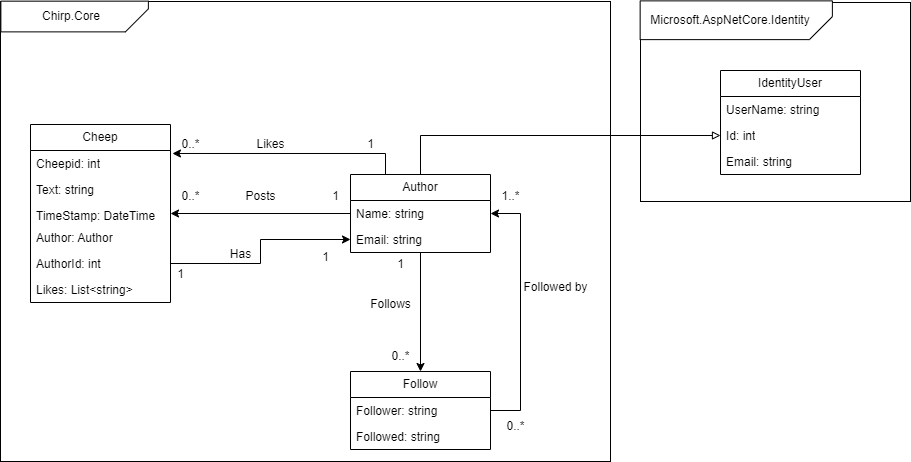
Above: docs/images/DomainModelChirp.drawio.png in ITU-BDSA2024-GROUP15/Chirp (draw.io), before the change. Source tidied: cells renumbered, new cells last; positions are measured from the earlier drawing's top-left corner, leaving out a move shared by most shapes.
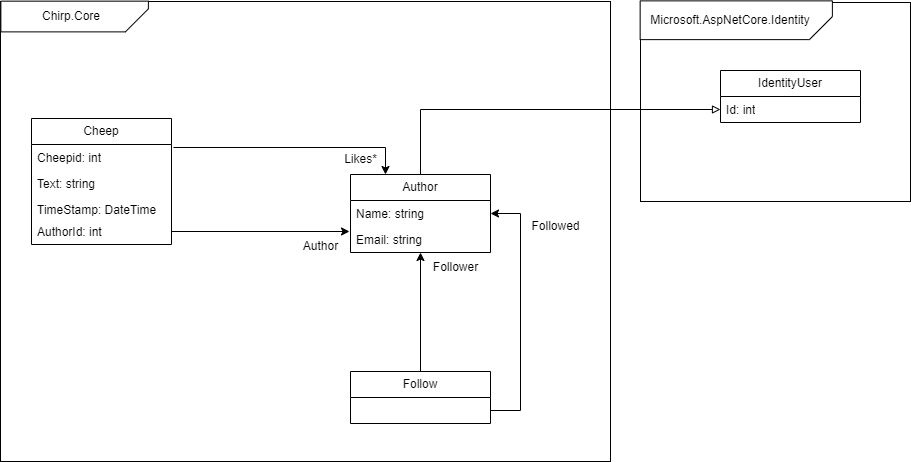
Later version of the same file.

The edit, as a diff of the source:
```diff
@@ -1,4 +1,4 @@
-<mxGraphModel>
+<mxGraphModel background="#ffffff">
   <root>
     <mxCell id="0" />
     <mxCell id="1" parent="0" />
@@ -6,22 +6,16 @@
       <mxGeometry x="640" y="78" width="270" height="199" as="geometry" />
     </mxCell>
     <mxCell id="3" value="IdentityUser" style="swimlane;fontStyle=0;horizontal=1;startSize=26;fillColor=none;whiteSpace=wrap;html=1;" parent="1" vertex="1">
-      <mxGeometry x="720" y="146" width="140" height="104" as="geometry" />
+      <mxGeometry x="720" y="146" width="140" height="52" as="geometry" />
     </mxCell>
-    <mxCell id="4" value="UserName: string" style="text;strokeColor=none;fillColor=none;align=left;verticalAlign=top;spacingLeft=4;spacingRight=4;overflow=hidden;whiteSpace=wrap;html=1;" parent="3" vertex="1">
-      <mxGeometry y="26" width="140" height="26" as="geometry" />
-    </mxCell>
     <mxCell id="5" value="Id: int" style="text;strokeColor=none;fillColor=none;align=left;verticalAlign=top;spacingLeft=4;spacingRight=4;overflow=hidden;points=[[0,0.5],[1,0.5]];portConstraint=eastwest;whiteSpace=wrap;html=1;" parent="3" vertex="1">
-      <mxGeometry y="52" width="140" height="26" as="geometry" />
+      <mxGeometry y="26" width="140" height="26" as="geometry" />
     </mxCell>
-    <mxCell id="6" value="Email: string" style="text;strokeColor=none;fillColor=none;align=left;verticalAlign=top;spacingLeft=4;spacingRight=4;overflow=hidden;whiteSpace=wrap;html=1;" parent="3" vertex="1">
-      <mxGeometry y="78" width="140" height="26" as="geometry" />
-    </mxCell>
     <mxCell id="7" style="rounded=0;whiteSpace=wrap;html=1;" parent="1" vertex="1">
       <mxGeometry y="77" width="610" height="460" as="geometry" />
     </mxCell>
     <mxCell id="8" value="Cheep" style="swimlane;fontStyle=0;horizontal=1;startSize=26;fillColor=none;whiteSpace=wrap;html=1;" parent="1" vertex="1">
-      <mxGeometry x="30" y="200" width="140" height="178" as="geometry" />
+      <mxGeometry x="31" y="194" width="140" height="126" as="geometry" />
     </mxCell>
     <mxCell id="9" value="Cheepid: int" style="text;strokeColor=none;fillColor=none;align=left;verticalAlign=top;spacingLeft=4;spacingRight=4;overflow=hidden;points=[[0,0.5],[1,0.5]];portConstraint=eastwest;whiteSpace=wrap;html=1;" parent="8" vertex="1">
       <mxGeometry y="26" width="140" height="26" as="geometry" />
@@ -32,19 +26,10 @@
     <mxCell id="11" value="TimeStamp: DateTime" style="text;strokeColor=none;fillColor=none;align=left;verticalAlign=top;spacingLeft=4;spacingRight=4;overflow=hidden;whiteSpace=wrap;html=1;" parent="8" vertex="1">
       <mxGeometry y="78" width="140" height="22" as="geometry" />
     </mxCell>
-    <mxCell id="12" value="Author: Author" style="text;strokeColor=none;fillColor=none;align=left;verticalAlign=top;spacingLeft=4;spacingRight=4;overflow=hidden;whiteSpace=wrap;html=1;" parent="8" vertex="1">
-      <mxGeometry y="100" width="140" height="26" as="geometry" />
-    </mxCell>
     <mxCell id="13" value="AuthorId: int" style="text;strokeColor=none;fillColor=none;align=left;verticalAlign=top;spacingLeft=4;spacingRight=4;overflow=hidden;points=[[0,0.5],[1,0.5]];portConstraint=eastwest;whiteSpace=wrap;html=1;" parent="8" vertex="1">
-      <mxGeometry y="126" width="140" height="26" as="geometry" />
+      <mxGeometry y="100" width="140" height="26" as="geometry" />
     </mxCell>
-    <mxCell id="14" value="Likes: List&amp;lt;string&amp;gt;" style="text;strokeColor=none;fillColor=none;align=left;verticalAlign=top;spacingLeft=4;spacingRight=4;overflow=hidden;whiteSpace=wrap;html=1;" parent="8" vertex="1">
-      <mxGeometry y="152" width="140" height="26" as="geometry" />
-    </mxCell>
-    <mxCell id="15" style="edgeStyle=orthogonalEdgeStyle;rounded=0;jettySize=auto;html=1;entryX=1;entryY=0.5;entryDx=0;entryDy=0;" parent="1" edge="1" source="18" target="8">
-      <mxGeometry relative="1" as="geometry" />
-    </mxCell>
-    <mxCell id="16" style="edgeStyle=orthogonalEdgeStyle;rounded=0;jettySize=auto;html=1;entryX=0.5;entryY=0;entryDx=0;entryDy=0;" parent="1" edge="1" source="18" target="22">
+    <mxCell id="16" style="edgeStyle=orthogonalEdgeStyle;rounded=0;jettySize=auto;html=1;entryX=0.5;entryY=0;entryDx=0;entryDy=0;startArrow=classic;startFill=1;endArrow=none;endFill=0;" parent="1" edge="1" source="18" target="22">
       <mxGeometry relative="1" as="geometry" />
     </mxCell>
     <mxCell id="17" style="edgeStyle=orthogonalEdgeStyle;rounded=0;jettySize=auto;html=1;endArrow=block;endFill=0;entryX=0;entryY=0.5;entryDx=0;entryDy=0;strokeWidth=1;" parent="1" edge="1" source="18" target="5">
@@ -59,7 +44,7 @@
     <mxCell id="20" value="Email: string" style="text;strokeColor=none;fillColor=none;align=left;verticalAlign=top;spacingLeft=4;spacingRight=4;overflow=hidden;points=[[0,0.5],[1,0.5]];portConstraint=eastwest;whiteSpace=wrap;html=1;" parent="18" vertex="1">
       <mxGeometry y="52" width="140" height="26" as="geometry" />
     </mxCell>
-    <mxCell id="21" style="edgeStyle=orthogonalEdgeStyle;rounded=0;jettySize=auto;html=1;entryX=1;entryY=0.5;entryDx=0;entryDy=0;exitX=1;exitY=0.5;exitDx=0;exitDy=0;" parent="1" edge="1" source="22" target="19">
+    <mxCell id="21" style="edgeStyle=orthogonalEdgeStyle;rounded=0;jettySize=auto;html=1;entryX=1;entryY=0.5;entryDx=0;entryDy=0;exitX=1;exitY=0.5;exitDx=0;exitDy=0;endArrow=classic;endFill=1;startArrow=none;startFill=0;" parent="1" edge="1" source="22" target="19">
       <mxGeometry relative="1" as="geometry">
         <Array as="points">
           <mxPoint x="520" y="486" />
@@ -68,65 +53,17 @@
       </mxGeometry>
     </mxCell>
     <mxCell id="22" value="Follow" style="swimlane;fontStyle=0;horizontal=1;startSize=26;fillColor=none;whiteSpace=wrap;html=1;" parent="1" vertex="1">
-      <mxGeometry x="350" y="447" width="140" height="78" as="geometry" />
+      <mxGeometry x="350" y="447" width="140" height="52" as="geometry" />
     </mxCell>
-    <mxCell id="23" value="Follower: string" style="text;strokeColor=none;fillColor=none;align=left;verticalAlign=top;spacingLeft=4;spacingRight=4;overflow=hidden;whiteSpace=wrap;html=1;" parent="22" vertex="1">
-      <mxGeometry y="26" width="140" height="26" as="geometry" />
-    </mxCell>
-    <mxCell id="24" value="Followed: string" style="text;strokeColor=none;fillColor=none;align=left;verticalAlign=top;spacingLeft=4;spacingRight=4;overflow=hidden;whiteSpace=wrap;html=1;" parent="22" vertex="1">
-      <mxGeometry y="52" width="140" height="26" as="geometry" />
-    </mxCell>
-    <mxCell id="25" value="Posts" style="text;html=1;align=center;verticalAlign=middle;strokeColor=none;fillColor=none;" parent="1" vertex="1">
-      <mxGeometry x="235" y="257" width="50" height="30" as="geometry" />
-    </mxCell>
-    <mxCell id="26" value="Followed by" style="text;html=1;align=center;verticalAlign=middle;strokeColor=none;fillColor=none;" parent="1" vertex="1">
-      <mxGeometry x="510" y="348" width="90" height="30" as="geometry" />
+    <mxCell id="26" value="Followed" style="text;html=1;align=center;verticalAlign=middle;strokeColor=none;fillColor=none;" parent="1" vertex="1">
+      <mxGeometry x="520" y="287" width="70" height="30" as="geometry" />
     </mxCell>
-    <mxCell id="27" value="Follows" style="text;html=1;align=center;verticalAlign=middle;strokeColor=none;fillColor=none;" parent="1" vertex="1">
-      <mxGeometry x="360" y="365" width="60" height="30" as="geometry" />
-    </mxCell>
-    <mxCell id="28" value="0..*" style="text;html=1;align=center;verticalAlign=middle;strokeColor=none;fillColor=none;" parent="1" vertex="1">
-      <mxGeometry x="170" y="257" width="40" height="30" as="geometry" />
-    </mxCell>
-    <mxCell id="29" value="1" style="text;html=1;align=center;verticalAlign=middle;strokeColor=none;fillColor=none;" parent="1" vertex="1">
-      <mxGeometry x="320" y="257" width="30" height="30" as="geometry" />
-    </mxCell>
-    <mxCell id="30" value="0..*" style="text;html=1;align=center;verticalAlign=middle;strokeColor=none;fillColor=none;" parent="1" vertex="1">
-      <mxGeometry x="380" y="417" width="40" height="30" as="geometry" />
-    </mxCell>
-    <mxCell id="31" value="1" style="text;html=1;align=center;verticalAlign=middle;strokeColor=none;fillColor=none;" parent="1" vertex="1">
-      <mxGeometry x="385" y="325" width="30" height="30" as="geometry" />
-    </mxCell>
-    <mxCell id="32" value="0..*" style="text;html=1;align=center;verticalAlign=middle;strokeColor=none;fillColor=none;" parent="1" vertex="1">
-      <mxGeometry x="495" y="487" width="40" height="30" as="geometry" />
-    </mxCell>
-    <mxCell id="33" value="1..*" style="text;html=1;align=center;verticalAlign=middle;strokeColor=none;fillColor=none;" parent="1" vertex="1">
-      <mxGeometry x="490" y="257" width="40" height="30" as="geometry" />
-    </mxCell>
-    <mxCell id="34" style="edgeStyle=orthogonalEdgeStyle;rounded=0;jettySize=auto;html=1;exitX=1;exitY=0.5;exitDx=0;exitDy=0;entryX=0;entryY=0.5;entryDx=0;entryDy=0;" parent="1" edge="1" source="13" target="20">
-      <mxGeometry relative="1" as="geometry" />
-    </mxCell>
-    <mxCell id="35" value="Has" style="text;html=1;align=center;verticalAlign=middle;strokeColor=none;fillColor=none;" parent="1" vertex="1">
-      <mxGeometry x="220" y="315" width="40" height="30" as="geometry" />
+    <mxCell id="35" value="Author" style="text;html=1;align=center;verticalAlign=middle;strokeColor=none;fillColor=none;" parent="1" vertex="1">
+      <mxGeometry x="290" y="307" width="60" height="30" as="geometry" />
     </mxCell>
-    <mxCell id="36" value="1" style="text;html=1;align=center;verticalAlign=middle;strokeColor=none;fillColor=none;" parent="1" vertex="1">
-      <mxGeometry x="310" y="318" width="30" height="30" as="geometry" />
-    </mxCell>
-    <mxCell id="37" value="1" style="text;html=1;align=center;verticalAlign=middle;strokeColor=none;fillColor=none;" parent="1" vertex="1">
-      <mxGeometry x="165" y="335" width="30" height="30" as="geometry" />
-    </mxCell>
-    <mxCell id="38" style="edgeStyle=orthogonalEdgeStyle;rounded=0;jettySize=auto;html=1;exitX=0.25;exitY=0;exitDx=0;exitDy=0;entryX=1.014;entryY=0.115;entryDx=0;entryDy=0;entryPerimeter=0;" parent="1" edge="1" source="18" target="9">
+    <mxCell id="38" style="edgeStyle=orthogonalEdgeStyle;rounded=0;jettySize=auto;html=1;exitX=0.25;exitY=0;exitDx=0;exitDy=0;entryX=1.014;entryY=0.115;entryDx=0;entryDy=0;entryPerimeter=0;startArrow=classic;startFill=1;endArrow=none;endFill=0;" parent="1" edge="1" source="18" target="9">
       <mxGeometry relative="1" as="geometry" />
     </mxCell>
-    <mxCell id="39" value="Likes" style="text;html=1;align=center;verticalAlign=middle;strokeColor=none;fillColor=none;" parent="1" vertex="1">
-      <mxGeometry x="245" y="205" width="50" height="30" as="geometry" />
-    </mxCell>
-    <mxCell id="40" value="1" style="text;html=1;align=center;verticalAlign=middle;strokeColor=none;fillColor=none;" parent="1" vertex="1">
-      <mxGeometry x="355" y="205" width="30" height="30" as="geometry" />
-    </mxCell>
-    <mxCell id="41" value="0..*" style="text;html=1;align=center;verticalAlign=middle;strokeColor=none;fillColor=none;" parent="1" vertex="1">
-      <mxGeometry x="170" y="205" width="40" height="30" as="geometry" />
-    </mxCell>
     <mxCell id="42" style="shape=card;whiteSpace=wrap;html=1;rotation=-90;size=23;direction=west;flipH=1;" parent="1" vertex="1">
       <mxGeometry x="58.8" y="18.2" width="30.8" height="147.5" as="geometry" />
     </mxCell>
@@ -139,5 +76,17 @@
     <mxCell id="45" value="Microsoft.AspNetCore.Identity" style="text;html=1;align=center;verticalAlign=middle;whiteSpace=wrap;rounded=0;" parent="1" vertex="1">
       <mxGeometry x="699.6" y="80.8" width="60" height="30" as="geometry" />
     </mxCell>
+    <mxCell id="46" value="Likes*" style="text;html=1;align=center;verticalAlign=middle;strokeColor=none;fillColor=none;" parent="1" vertex="1">
+      <mxGeometry x="330" y="220" width="60" height="30" as="geometry" />
+    </mxCell>
+    <mxCell id="47" value="Follower" style="text;html=1;align=center;verticalAlign=middle;strokeColor=none;fillColor=none;" parent="1" vertex="1">
+      <mxGeometry x="420" y="328" width="70" height="30" as="geometry" />
+    </mxCell>
+    <mxCell id="48" style="edgeStyle=orthogonalEdgeStyle;rounded=0;orthogonalLoop=1;jettySize=auto;html=1;" parent="1" edge="1">
+      <mxGeometry relative="1" as="geometry">
+        <mxPoint x="171" y="307" as="sourcePoint" />
+        <mxPoint x="349" y="307" as="targetPoint" />
+      </mxGeometry>
+    </mxCell>
   </root>
 </mxGraphModel>
```
